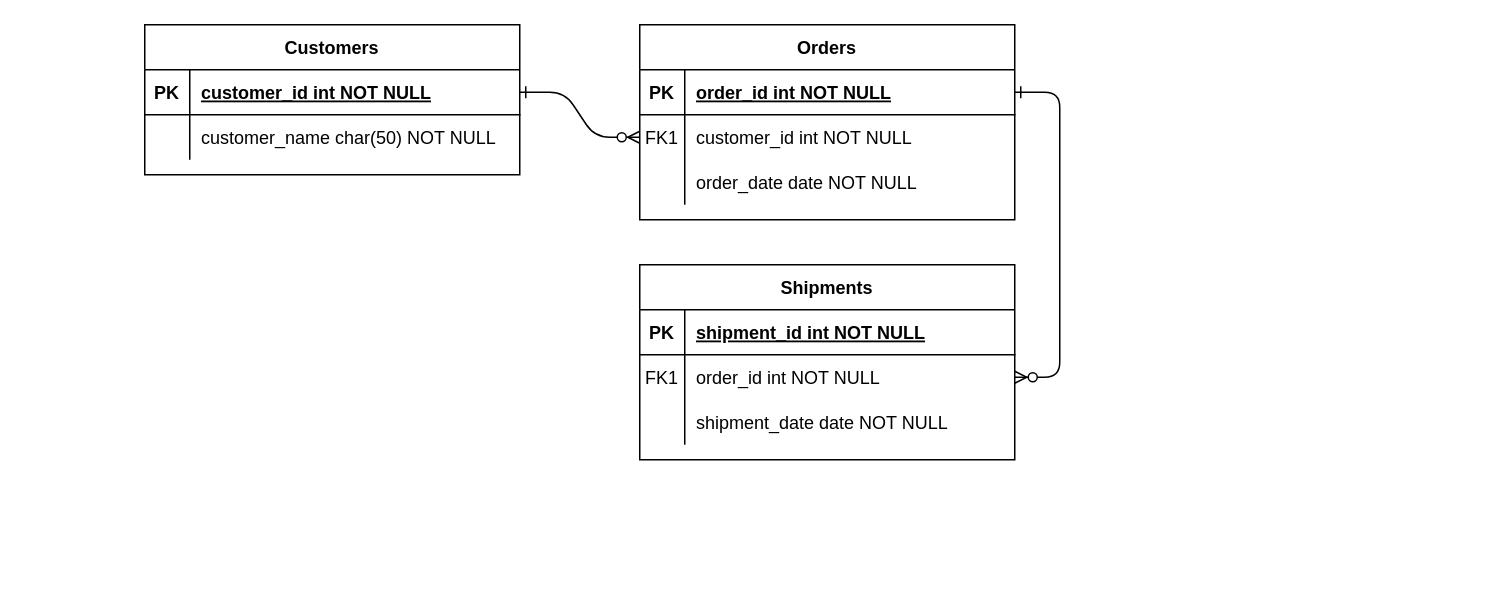
Earlier version of the draw.io diagram Untitled Diagram.drawio (Fazri1/database). Source tidied: cells renumbered, new cells numbered last; positions are measured from the earlier drawing's top-left corner, leaving out a move shared by most shapes. Both pictures are drawn from the tidied source at 150%, with x=0, y=0 at pixel (144, 24).
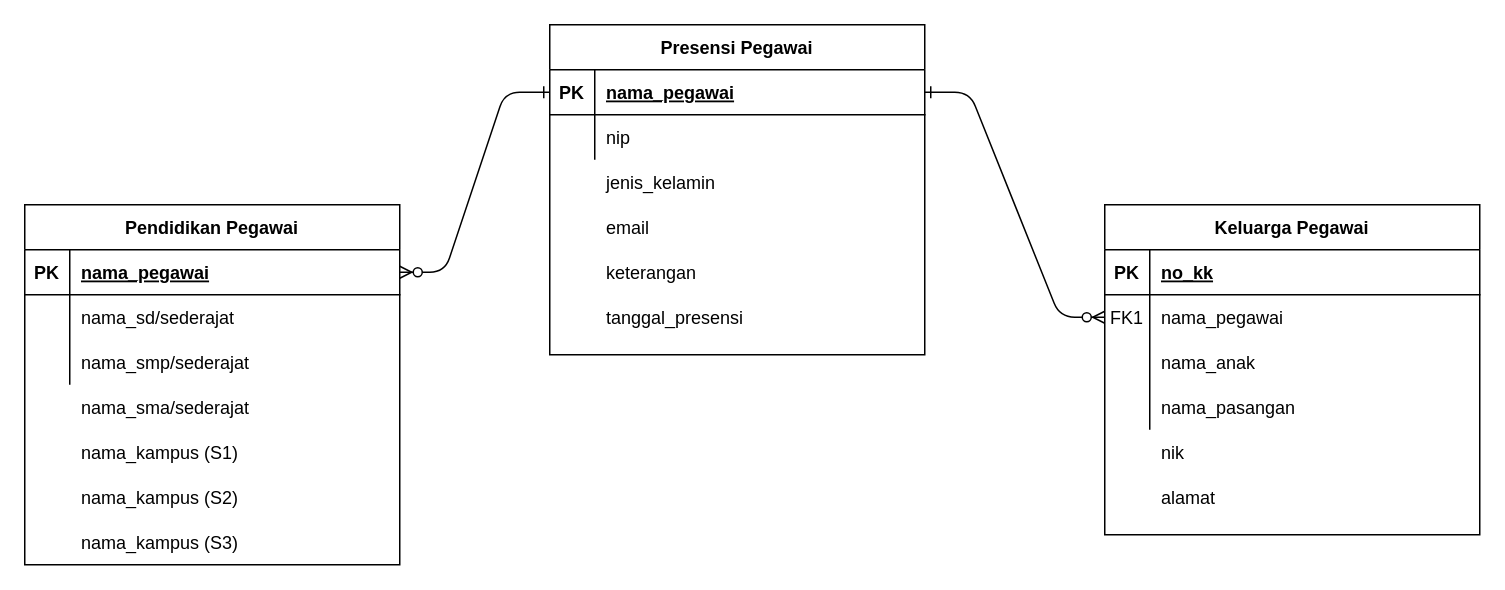
The same page after the edit.

Unchanged cells that the change refers to:
```xml
<mxCell id="5" style="shape=partialRectangle;fillColor=none;points=[[0,0.5],[1,0.5]];portConstraint=eastwest;top=0;left=0;right=0;bottom=1;" parent="4" vertex="1">
  <mxGeometry y="30" width="250" height="30" as="geometry" />
</mxCell>
<mxCell id="8" style="shape=partialRectangle;fillColor=none;points=[[0,0.5],[1,0.5]];portConstraint=eastwest;top=0;left=0;right=0;bottom=0;" parent="4" vertex="1">
  <mxGeometry y="60" width="250" height="30" as="geometry" />
</mxCell>
<mxCell id="15" style="shape=partialRectangle;fillColor=none;points=[[0,0.5],[1,0.5]];portConstraint=eastwest;top=0;left=0;right=0;bottom=1;" parent="14" vertex="1">
  <mxGeometry y="30" width="250" height="30" as="geometry" />
</mxCell>
<mxCell id="18" style="shape=partialRectangle;fillColor=none;points=[[0,0.5],[1,0.5]];portConstraint=eastwest;top=0;left=0;right=0;bottom=0;" parent="14" vertex="1">
  <mxGeometry y="60" width="250" height="30" as="geometry" />
</mxCell>
<mxCell id="21" style="shape=partialRectangle;fillColor=none;top=0;left=0;right=0;bottom=0;" parent="14" vertex="1">
  <mxGeometry y="90" width="250" height="30" as="geometry" />
</mxCell>
<mxCell id="25" style="shape=partialRectangle;fillColor=none;points=[[0,0.5],[1,0.5]];portConstraint=eastwest;top=0;left=0;right=0;bottom=1;" parent="24" vertex="1">
  <mxGeometry y="30" width="250" height="30" as="geometry" />
</mxCell>
<mxCell id="28" style="shape=partialRectangle;fillColor=none;top=0;left=0;right=0;bottom=0;" parent="24" vertex="1">
  <mxGeometry y="60" width="250" height="30" as="geometry" />
</mxCell>
```

The edit, as a diff of the source:
```diff
@@
-    <mxCell id="3" style="edgeStyle=entityRelationEdgeStyle;endArrow=ERzeroToMany;startArrow=ERone;endFill=1;startFill=0;" parent="1" edge="1" source="5" target="18">
+    <mxCell id="3" style="edgeStyle=entityRelationEdgeStyle;endArrow=ERzeroToMany;startArrow=ERone;endFill=1;startFill=0;exitX=0;exitY=0.5;exitDx=0;exitDy=0;entryX=1;entryY=0.5;entryDx=0;entryDy=0;" parent="1" edge="1" source="25" target="15">
       <mxGeometry relative="1" as="geometry" />
     </mxCell>
-    <mxCell id="4" value="Orders" style="shape=table;startSize=30;childLayout=tableLayout;rowLines=0;fontStyle=1;align=center;" parent="1" vertex="1">
-      <mxGeometry x="330" width="250" height="130" as="geometry" />
+    <mxCell id="4" value="Keluarga Pegawai" style="shape=table;startSize=30;childLayout=tableLayout;rowLines=0;fontStyle=1;align=center;" parent="1" vertex="1">
+      <mxGeometry x="640" y="120" width="250" height="220" as="geometry" />
     </mxCell>
@@
-    <mxCell id="7" value="order_id int NOT NULL " style="shape=partialRectangle;overflow=hidden;fillColor=none;top=0;left=0;bottom=0;right=0;align=left;spacingLeft=6;fontStyle=5;" parent="5" vertex="1">
+    <mxCell id="7" value="no_kk" style="shape=partialRectangle;overflow=hidden;fillColor=none;top=0;left=0;bottom=0;right=0;align=left;spacingLeft=6;fontStyle=5;" parent="5" vertex="1">
       <mxGeometry x="30" width="220" height="30" as="geometry" />
     </mxCell>
@@
-    <mxCell id="10" value="customer_id int NOT NULL" style="shape=partialRectangle;overflow=hidden;fillColor=none;top=0;left=0;bottom=0;right=0;align=left;spacingLeft=6;" parent="8" vertex="1">
+    <mxCell id="10" value="nama_pegawai" style="shape=partialRectangle;overflow=hidden;fillColor=none;top=0;left=0;bottom=0;right=0;align=left;spacingLeft=6;" parent="8" vertex="1">
       <mxGeometry x="30" width="220" height="30" as="geometry" />
     </mxCell>
+    <mxCell id="31" style="shape=partialRectangle;fillColor=none;top=0;left=0;right=0;bottom=0;" parent="4" vertex="1">
+      <mxGeometry y="90" width="250" height="30" as="geometry" />
+    </mxCell>
+    <mxCell id="32" style="shape=partialRectangle;overflow=hidden;fillColor=none;top=0;left=0;bottom=0;right=0;" parent="31" vertex="1">
+      <mxGeometry width="30" height="30" as="geometry" />
+    </mxCell>
+    <mxCell id="33" value="nama_anak" style="shape=partialRectangle;overflow=hidden;fillColor=none;top=0;left=0;bottom=0;right=0;align=left;spacingLeft=6;" parent="31" vertex="1">
+      <mxGeometry x="30" width="220" height="30" as="geometry" />
+    </mxCell>
     <mxCell id="11" style="shape=partialRectangle;fillColor=none;top=0;left=0;right=0;bottom=0;" parent="4" vertex="1">
-      <mxGeometry y="90" width="250" height="30" as="geometry" />
+      <mxGeometry y="120" width="250" height="30" as="geometry" />
     </mxCell>
@@
-    <mxCell id="13" value="order_date date NOT NULL" style="shape=partialRectangle;overflow=hidden;fillColor=none;top=0;left=0;bottom=0;right=0;align=left;spacingLeft=6;" parent="11" vertex="1">
+    <mxCell id="13" value="nama_pasangan" style="shape=partialRectangle;overflow=hidden;fillColor=none;top=0;left=0;bottom=0;right=0;align=left;spacingLeft=6;" parent="11" vertex="1">
       <mxGeometry x="30" width="220" height="30" as="geometry" />
     </mxCell>
-    <mxCell id="14" value="Shipments" style="shape=table;startSize=30;childLayout=tableLayout;rowLines=0;fontStyle=1;align=center;" parent="1" vertex="1">
-      <mxGeometry x="330" y="160" width="250" height="130" as="geometry" />
+    <mxCell id="14" value="Pendidikan Pegawai" style="shape=table;startSize=30;childLayout=tableLayout;rowLines=0;fontStyle=1;align=center;" parent="1" vertex="1">
+      <mxGeometry x="-80" y="120" width="250" height="240" as="geometry" />
     </mxCell>
@@
-    <mxCell id="17" value="shipment_id int NOT NULL " style="shape=partialRectangle;overflow=hidden;fillColor=none;top=0;left=0;bottom=0;right=0;align=left;spacingLeft=6;fontStyle=5;" parent="15" vertex="1">
+    <mxCell id="17" value="nama_pegawai" style="shape=partialRectangle;overflow=hidden;fillColor=none;top=0;left=0;bottom=0;right=0;align=left;spacingLeft=6;fontStyle=5;" parent="15" vertex="1">
       <mxGeometry x="30" width="220" height="30" as="geometry" />
     </mxCell>
@@
-    <mxCell id="19" value="FK1" style="shape=partialRectangle;overflow=hidden;fillColor=none;top=0;left=0;bottom=0;right=0;" parent="18" vertex="1">
+    <mxCell id="19" style="shape=partialRectangle;overflow=hidden;fillColor=none;top=0;left=0;bottom=0;right=0;" parent="18" vertex="1">
       <mxGeometry width="30" height="30" as="geometry" />
     </mxCell>
-    <mxCell id="20" value="order_id int NOT NULL" style="shape=partialRectangle;overflow=hidden;fillColor=none;top=0;left=0;bottom=0;right=0;align=left;spacingLeft=6;" parent="18" vertex="1">
+    <mxCell id="20" value="nama_sd/sederajat" style="shape=partialRectangle;overflow=hidden;fillColor=none;top=0;left=0;bottom=0;right=0;align=left;spacingLeft=6;" parent="18" vertex="1">
       <mxGeometry x="30" width="220" height="30" as="geometry" />
     </mxCell>
@@
-    <mxCell id="23" value="shipment_date date NOT NULL" style="shape=partialRectangle;overflow=hidden;fillColor=none;top=0;left=0;bottom=0;right=0;align=left;spacingLeft=6;" parent="21" vertex="1">
+    <mxCell id="23" value="nama_smp/sederajat" style="shape=partialRectangle;overflow=hidden;fillColor=none;top=0;left=0;bottom=0;right=0;align=left;spacingLeft=6;" parent="21" vertex="1">
       <mxGeometry x="30" width="220" height="30" as="geometry" />
     </mxCell>
-    <mxCell id="24" value="Customers" style="shape=table;startSize=30;childLayout=tableLayout;rowLines=0;fontStyle=1;align=center;" parent="1" vertex="1">
-      <mxGeometry width="250" height="100" as="geometry" />
+    <mxCell id="24" value="Presensi Pegawai" style="shape=table;startSize=30;childLayout=tableLayout;rowLines=0;fontStyle=1;align=center;" parent="1" vertex="1">
+      <mxGeometry x="270" width="250" height="220" as="geometry" />
     </mxCell>
@@
-    <mxCell id="27" value="customer_id int NOT NULL " style="shape=partialRectangle;overflow=hidden;fillColor=none;top=0;left=0;bottom=0;right=0;align=left;spacingLeft=6;fontStyle=5;" parent="25" vertex="1">
+    <mxCell id="27" value="nama_pegawai" style="shape=partialRectangle;overflow=hidden;fillColor=none;top=0;left=0;bottom=0;right=0;align=left;spacingLeft=6;fontStyle=5;" parent="25" vertex="1">
       <mxGeometry x="30" width="220" height="30" as="geometry" />
     </mxCell>
@@
-    <mxCell id="30" value="customer_name char(50) NOT NULL" style="shape=partialRectangle;overflow=hidden;fillColor=none;top=0;left=0;bottom=0;right=0;align=left;spacingLeft=6;" parent="28" vertex="1">
+    <mxCell id="30" value="nip" style="shape=partialRectangle;overflow=hidden;fillColor=none;top=0;left=0;bottom=0;right=0;align=left;spacingLeft=6;" parent="28" vertex="1">
       <mxGeometry x="30" width="220" height="30" as="geometry" />
     </mxCell>
+    <mxCell id="34" value="jenis_kelamin" style="shape=partialRectangle;overflow=hidden;fillColor=none;top=0;left=0;bottom=0;right=0;align=left;spacingLeft=6;" parent="1" vertex="1">
+      <mxGeometry x="300" y="90" width="220" height="30" as="geometry" />
+    </mxCell>
+    <mxCell id="35" value="email" style="shape=partialRectangle;overflow=hidden;fillColor=none;top=0;left=0;bottom=0;right=0;align=left;spacingLeft=6;" parent="1" vertex="1">
+      <mxGeometry x="300" y="120" width="220" height="30" as="geometry" />
+    </mxCell>
+    <mxCell id="36" value="tanggal_presensi" style="shape=partialRectangle;overflow=hidden;fillColor=none;top=0;left=0;bottom=0;right=0;align=left;spacingLeft=6;" parent="1" vertex="1">
+      <mxGeometry x="300" y="180" width="220" height="30" as="geometry" />
+    </mxCell>
+    <mxCell id="37" value="keterangan" style="shape=partialRectangle;overflow=hidden;fillColor=none;top=0;left=0;bottom=0;right=0;align=left;spacingLeft=6;" parent="1" vertex="1">
+      <mxGeometry x="300" y="150" width="220" height="30" as="geometry" />
+    </mxCell>
+    <mxCell id="38" value="nik" style="shape=partialRectangle;overflow=hidden;fillColor=none;top=0;left=0;bottom=0;right=0;align=left;spacingLeft=6;" parent="1" vertex="1">
+      <mxGeometry x="670" y="270" width="220" height="30" as="geometry" />
+    </mxCell>
+    <mxCell id="39" value="alamat" style="shape=partialRectangle;overflow=hidden;fillColor=none;top=0;left=0;bottom=0;right=0;align=left;spacingLeft=6;" parent="1" vertex="1">
+      <mxGeometry x="670" y="300" width="220" height="30" as="geometry" />
+    </mxCell>
+    <mxCell id="40" value="nama_sma/sederajat" style="shape=partialRectangle;overflow=hidden;fillColor=none;top=0;left=0;bottom=0;right=0;align=left;spacingLeft=6;" parent="1" vertex="1">
+      <mxGeometry x="-50" y="240" width="220" height="30" as="geometry" />
+    </mxCell>
+    <mxCell id="41" value="nama_kampus (S1)" style="shape=partialRectangle;overflow=hidden;fillColor=none;top=0;left=0;bottom=0;right=0;align=left;spacingLeft=6;" parent="1" vertex="1">
+      <mxGeometry x="-50" y="270" width="220" height="30" as="geometry" />
+    </mxCell>
+    <mxCell id="42" value="nama_kampus (S2)" style="shape=partialRectangle;overflow=hidden;fillColor=none;top=0;left=0;bottom=0;right=0;align=left;spacingLeft=6;" parent="1" vertex="1">
+      <mxGeometry x="-50" y="300" width="220" height="30" as="geometry" />
+    </mxCell>
+    <mxCell id="43" value="nama_kampus (S3)" style="shape=partialRectangle;overflow=hidden;fillColor=none;top=0;left=0;bottom=0;right=0;align=left;spacingLeft=6;" parent="1" vertex="1">
+      <mxGeometry x="-50" y="330" width="220" height="30" as="geometry" />
+    </mxCell>
```
